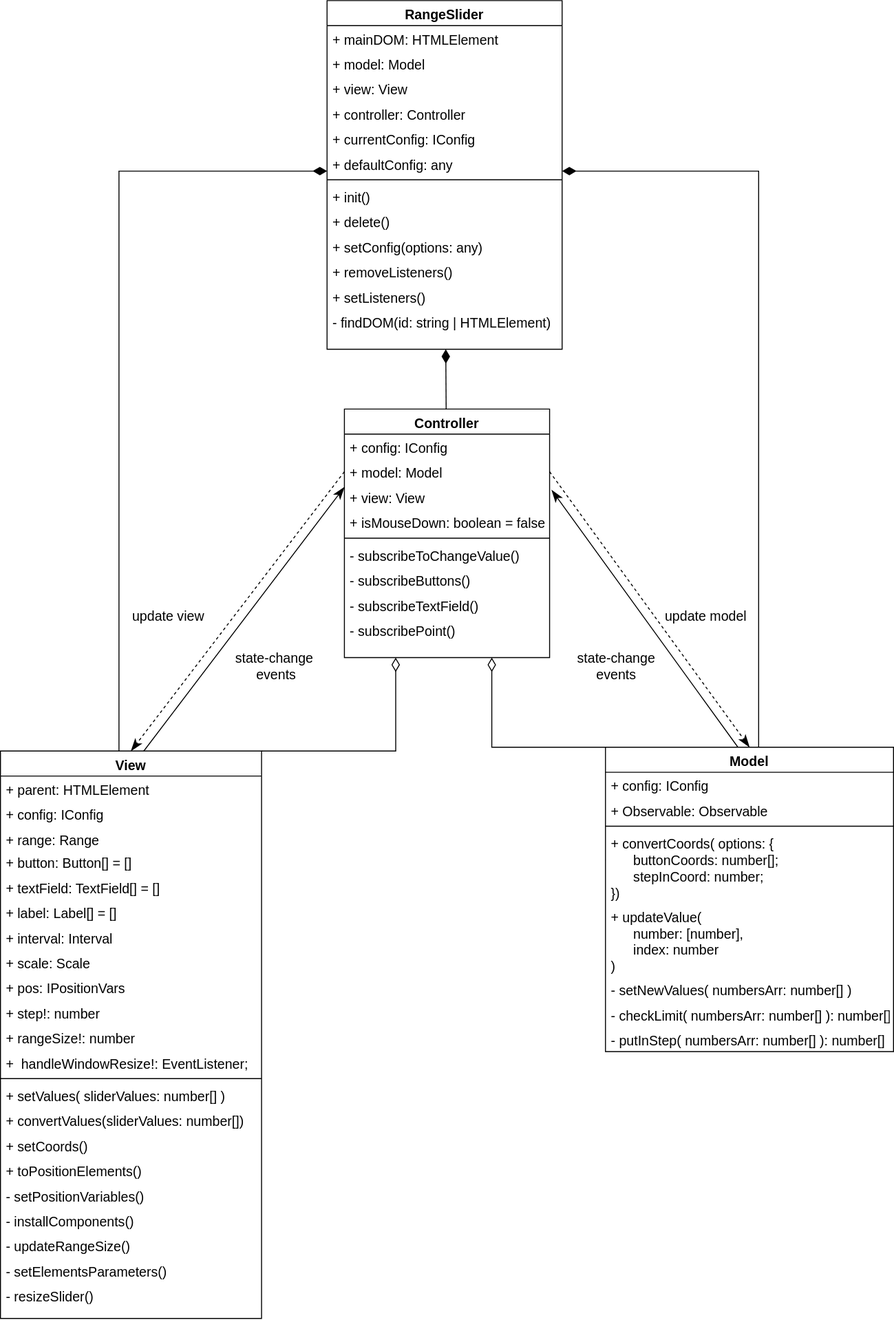
Before: uml/slider.svg, a diagram exported from draw.io (Evgeny3101/plugin). Source tidied: cells renumbered, new cells last; positions are measured from the earlier drawing's top-left corner, leaving out a move shared by most shapes.
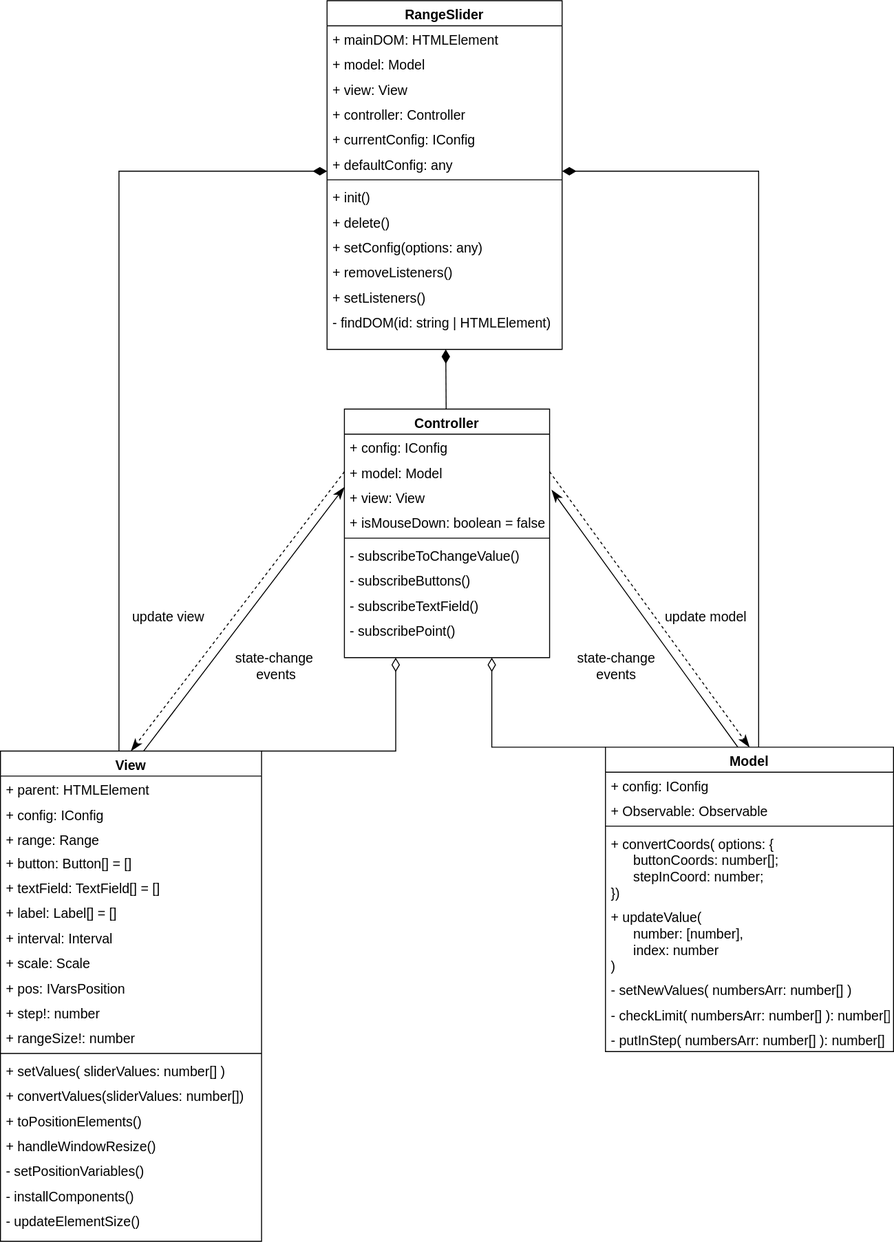
The same diagram one commit later.

What changed in the source:
```diff
@@ -86,7 +86,7 @@
       <mxGeometry x="-0.25" y="-3" relative="1" as="geometry" />
     </mxCell>
     <mxCell id="27" value="View" style="swimlane;fontStyle=1;align=center;verticalAlign=top;horizontal=1;startSize=26;rounded=0;shadow=0;strokeWidth=1;fontSize=14;" parent="1" vertex="1">
-      <mxGeometry y="779" width="271" height="589" as="geometry" />
+      <mxGeometry y="779" width="271" height="509" as="geometry" />
     </mxCell>
     <mxCell id="28" value="+ parent: HTMLElement" style="text;strokeColor=none;fillColor=none;align=left;verticalAlign=top;spacingLeft=4;spacingRight=4;overflow=hidden;rounded=1;glass=0;startSize=26;fontSize=14;" parent="27" vertex="1">
       <mxGeometry y="26" width="271" height="26" as="geometry" />
@@ -112,7 +112,7 @@
     <mxCell id="35" value="+ scale: Scale " style="text;strokeColor=none;fillColor=none;align=left;verticalAlign=top;spacingLeft=4;spacingRight=4;overflow=hidden;rounded=1;glass=0;startSize=26;fontSize=14;" parent="27" vertex="1">
       <mxGeometry y="206" width="271" height="26" as="geometry" />
     </mxCell>
-    <mxCell id="36" value="+ pos: IPositionVars" style="text;strokeColor=none;fillColor=none;align=left;verticalAlign=top;spacingLeft=4;spacingRight=4;overflow=hidden;rounded=1;glass=0;startSize=26;fontSize=14;" parent="27" vertex="1">
+    <mxCell id="36" value="+ pos: IVarsPosition" style="text;strokeColor=none;fillColor=none;align=left;verticalAlign=top;spacingLeft=4;spacingRight=4;overflow=hidden;rounded=1;glass=0;startSize=26;fontSize=14;" parent="27" vertex="1">
       <mxGeometry y="232" width="271" height="26" as="geometry" />
     </mxCell>
     <mxCell id="37" value="+ step!: number" style="text;strokeColor=none;fillColor=none;align=left;verticalAlign=top;spacingLeft=4;spacingRight=4;overflow=hidden;rounded=1;glass=0;startSize=26;fontSize=14;" parent="27" vertex="1">
@@ -121,39 +121,30 @@
     <mxCell id="38" value="+ rangeSize!: number" style="text;strokeColor=none;fillColor=none;align=left;verticalAlign=top;spacingLeft=4;spacingRight=4;overflow=hidden;rounded=1;glass=0;startSize=26;fontSize=14;" parent="27" vertex="1">
       <mxGeometry y="284" width="271" height="26" as="geometry" />
     </mxCell>
-    <mxCell id="39" value="+  handleWindowResize!: EventListener;" style="text;strokeColor=none;fillColor=none;align=left;verticalAlign=top;spacingLeft=4;spacingRight=4;overflow=hidden;fontSize=14;" parent="27" vertex="1">
-      <mxGeometry y="310" width="271" height="26" as="geometry" />
-    </mxCell>
     <mxCell id="40" style="line;html=1;strokeWidth=1;align=left;verticalAlign=middle;spacingTop=-1;spacingLeft=3;spacingRight=3;labelPosition=right;fontSize=14;" parent="27" vertex="1">
-      <mxGeometry y="336" width="271" height="8" as="geometry" />
+      <mxGeometry y="310" width="271" height="8" as="geometry" />
     </mxCell>
     <mxCell id="41" value="+ setValues( sliderValues: number[] )" style="text;strokeColor=none;fillColor=none;align=left;verticalAlign=top;spacingLeft=4;spacingRight=4;overflow=hidden;rounded=1;glass=0;startSize=26;fontSize=14;" parent="27" vertex="1">
-      <mxGeometry y="344" width="271" height="26" as="geometry" />
+      <mxGeometry y="318" width="271" height="26" as="geometry" />
     </mxCell>
     <mxCell id="42" value="+ convertValues(sliderValues: number[])&#10;" style="text;strokeColor=none;fillColor=none;align=left;verticalAlign=top;spacingLeft=4;spacingRight=4;overflow=hidden;rounded=1;glass=0;startSize=26;fontSize=14;" parent="27" vertex="1">
-      <mxGeometry y="370" width="271" height="26" as="geometry" />
+      <mxGeometry y="344" width="271" height="26" as="geometry" />
     </mxCell>
-    <mxCell id="43" value="+ setCoords()" style="text;strokeColor=none;fillColor=none;align=left;verticalAlign=top;spacingLeft=4;spacingRight=4;overflow=hidden;rounded=1;glass=0;startSize=26;fontSize=14;" parent="27" vertex="1">
-      <mxGeometry y="396" width="271" height="26" as="geometry" />
-    </mxCell>
     <mxCell id="44" value="+ toPositionElements()" style="text;strokeColor=none;fillColor=none;align=left;verticalAlign=top;spacingLeft=4;spacingRight=4;overflow=hidden;rounded=1;glass=0;startSize=26;fontSize=14;" parent="27" vertex="1">
-      <mxGeometry y="422" width="271" height="26" as="geometry" />
+      <mxGeometry y="370" width="271" height="26" as="geometry" />
     </mxCell>
+    <mxCell id="39" value="+ handleWindowResize()" style="text;strokeColor=none;fillColor=none;align=left;verticalAlign=top;spacingLeft=4;spacingRight=4;overflow=hidden;fontSize=14;" parent="27" vertex="1">
+      <mxGeometry y="396" width="271" height="26" as="geometry" />
+    </mxCell>
     <mxCell id="45" value="- setPositionVariables()&#10;" style="text;strokeColor=none;fillColor=none;align=left;verticalAlign=top;spacingLeft=4;spacingRight=4;overflow=hidden;rounded=1;glass=0;startSize=26;fontSize=14;" parent="27" vertex="1">
-      <mxGeometry y="448" width="271" height="26" as="geometry" />
+      <mxGeometry y="422" width="271" height="26" as="geometry" />
     </mxCell>
     <mxCell id="46" value="- installComponents()" style="text;strokeColor=none;fillColor=none;align=left;verticalAlign=top;spacingLeft=4;spacingRight=4;overflow=hidden;rounded=1;glass=0;startSize=26;fontSize=14;" parent="27" vertex="1">
-      <mxGeometry y="474" width="271" height="26" as="geometry" />
+      <mxGeometry y="448" width="271" height="26" as="geometry" />
     </mxCell>
-    <mxCell id="47" value="- updateRangeSize()" style="text;strokeColor=none;fillColor=none;align=left;verticalAlign=top;spacingLeft=4;spacingRight=4;overflow=hidden;rounded=1;glass=0;startSize=26;fontSize=14;" parent="27" vertex="1">
-      <mxGeometry y="500" width="271" height="26" as="geometry" />
+    <mxCell id="47" value="- updateElementSize()" style="text;strokeColor=none;fillColor=none;align=left;verticalAlign=top;spacingLeft=4;spacingRight=4;overflow=hidden;rounded=1;glass=0;startSize=26;fontSize=14;" parent="27" vertex="1">
+      <mxGeometry y="474" width="271" height="26" as="geometry" />
     </mxCell>
-    <mxCell id="48" value="- setElementsParameters()" style="text;strokeColor=none;fillColor=none;align=left;verticalAlign=top;spacingLeft=4;spacingRight=4;overflow=hidden;rounded=1;glass=0;startSize=26;fontSize=14;" parent="27" vertex="1">
-      <mxGeometry y="526" width="271" height="26" as="geometry" />
-    </mxCell>
-    <mxCell id="49" value="- resizeSlider()" style="text;strokeColor=none;fillColor=none;align=left;verticalAlign=top;spacingLeft=4;spacingRight=4;overflow=hidden;rounded=1;glass=0;startSize=26;fontSize=14;" parent="27" vertex="1">
-      <mxGeometry y="552" width="271" height="26" as="geometry" />
-    </mxCell>
     <mxCell id="50" value="Model" style="swimlane;fontStyle=1;align=center;verticalAlign=top;horizontal=1;startSize=26;rounded=0;shadow=0;strokeWidth=1;fontSize=14;" parent="1" vertex="1">
       <mxGeometry x="628" y="775" width="299" height="316" as="geometry" />
     </mxCell>
```
